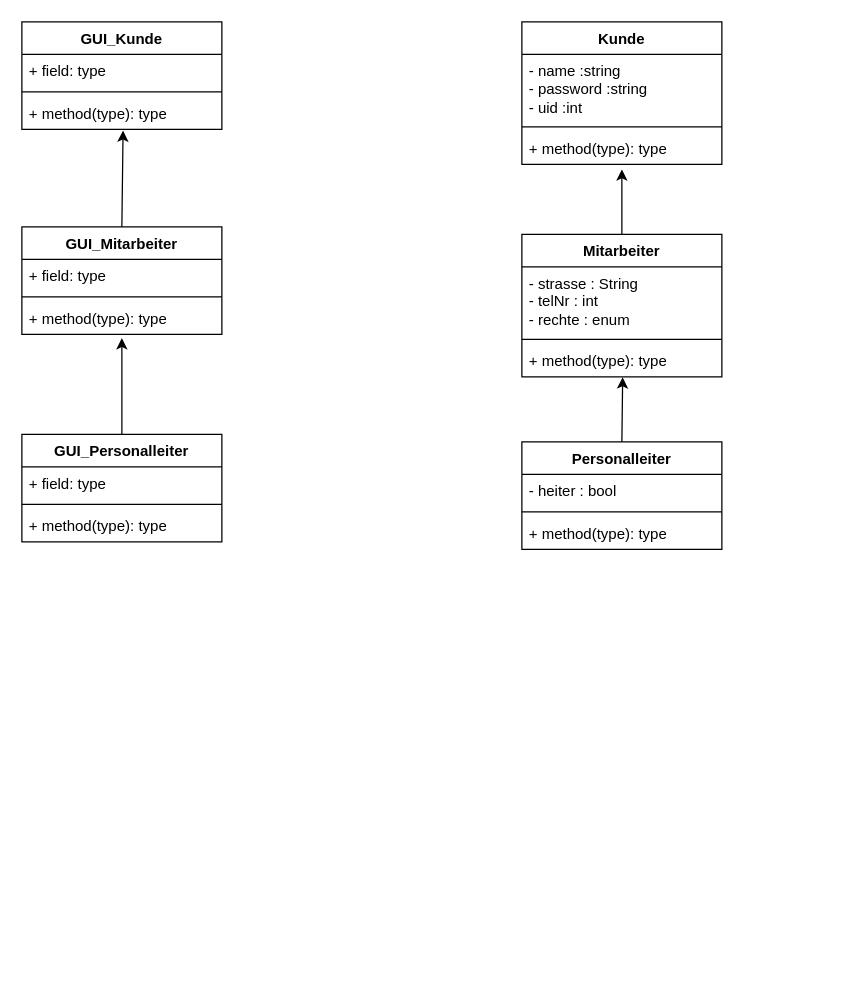
Before: Dokumente/kunde Klassendiagramm.drawio in 53rj/Einzelhandel-Applikation, a draw.io diagram. Source tidied: cells renumbered, new cells numbered last; positions are measured from the earlier drawing's top-left corner, leaving out a move shared by most shapes. Both pictures are drawn from the tidied source at 125%, with x=0, y=0 at pixel (21, 21).
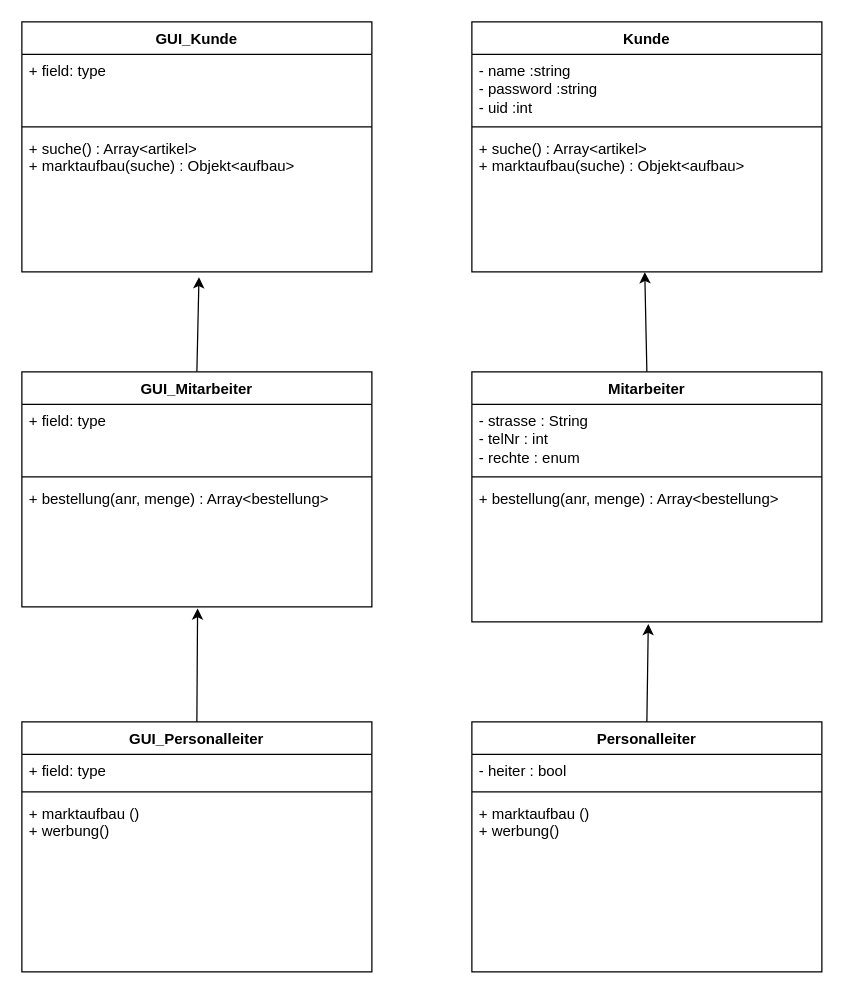
The same diagram, later.

Commit message (it also covers changes not shown here):
cleaner code

Change to the diagram source:
```diff
@@
     <mxCell id="2" value="Kunde" style="swimlane;fontStyle=1;align=center;verticalAlign=top;horizontal=1;startSize=26;whiteSpace=wrap;html=1;" parent="1" vertex="1">
-      <mxGeometry x="400" width="160" height="114" as="geometry" />
+      <mxGeometry x="360" width="280" height="200" as="geometry" />
     </mxCell>
-    <mxCell id="3" value="- name :string&lt;br&gt;- password :string&lt;br&gt;- uid :int" style="text;strokeColor=none;fillColor=none;align=left;verticalAlign=top;spacingLeft=4;spacingRight=4;overflow=hidden;whiteSpace=wrap;html=1;" parent="2" vertex="1">
-      <mxGeometry y="26" width="160" height="54" as="geometry" />
+    <mxCell id="3" value="- name :string&lt;br&gt;- password :string&lt;br&gt;- uid :int&lt;br&gt;" style="text;strokeColor=none;fillColor=none;align=left;verticalAlign=top;spacingLeft=4;spacingRight=4;overflow=hidden;whiteSpace=wrap;html=1;" parent="2" vertex="1">
+      <mxGeometry y="26" width="280" height="54" as="geometry" />
     </mxCell>
     <mxCell id="4" style="line;strokeWidth=1;fillColor=none;align=left;verticalAlign=middle;spacingTop=-1;spacingLeft=3;spacingRight=3;labelPosition=right;strokeColor=inherit;" parent="2" vertex="1">
-      <mxGeometry y="80" width="160" height="8" as="geometry" />
+      <mxGeometry y="80" width="280" height="8" as="geometry" />
     </mxCell>
-    <mxCell id="5" value="+ method(type): type" style="text;strokeColor=none;fillColor=none;align=left;verticalAlign=top;spacingLeft=4;spacingRight=4;overflow=hidden;points=[[0,0.5],[1,0.5]];portConstraint=eastwest;whiteSpace=wrap;html=1;" parent="2" vertex="1">
-      <mxGeometry y="88" width="160" height="26" as="geometry" />
+    <mxCell id="5" value="+ suche() : Array&amp;lt;artikel&amp;gt;&lt;br&gt;+ marktaufbau(suche) : Objekt&amp;lt;aufbau&amp;gt;&amp;nbsp;" style="text;strokeColor=none;fillColor=none;align=left;verticalAlign=top;spacingLeft=4;spacingRight=4;overflow=hidden;points=[[0,0.5],[1,0.5]];portConstraint=eastwest;whiteSpace=wrap;html=1;" parent="2" vertex="1">
+      <mxGeometry y="88" width="280" height="112" as="geometry" />
     </mxCell>
     <mxCell id="6" value="GUI_Kunde" style="swimlane;fontStyle=1;align=center;verticalAlign=top;horizontal=1;startSize=26;whiteSpace=wrap;html=1;" parent="1" vertex="1">
-      <mxGeometry width="160" height="86" as="geometry" />
+      <mxGeometry width="280" height="200" as="geometry" />
     </mxCell>
     <mxCell id="7" value="+ field: type" style="text;strokeColor=none;fillColor=none;align=left;verticalAlign=top;spacingLeft=4;spacingRight=4;overflow=hidden;whiteSpace=wrap;html=1;" parent="6" vertex="1">
-      <mxGeometry y="26" width="160" height="26" as="geometry" />
+      <mxGeometry y="26" width="280" height="54" as="geometry" />
     </mxCell>
     <mxCell id="8" style="line;strokeWidth=1;fillColor=none;align=left;verticalAlign=middle;spacingTop=-1;spacingLeft=3;spacingRight=3;labelPosition=right;strokeColor=inherit;" parent="6" vertex="1">
-      <mxGeometry y="52" width="160" height="8" as="geometry" />
+      <mxGeometry y="80" width="280" height="8" as="geometry" />
     </mxCell>
-    <mxCell id="9" value="+ method(type): type" style="text;strokeColor=none;fillColor=none;align=left;verticalAlign=top;spacingLeft=4;spacingRight=4;overflow=hidden;points=[[0,0.5],[1,0.5]];portConstraint=eastwest;whiteSpace=wrap;html=1;" parent="6" vertex="1">
-      <mxGeometry y="60" width="160" height="26" as="geometry" />
+    <mxCell id="9" value="+ suche() : Array&amp;lt;artikel&amp;gt;&lt;br&gt;+ marktaufbau(suche) : Objekt&amp;lt;aufbau&amp;gt;&amp;nbsp;" style="text;strokeColor=none;fillColor=none;align=left;verticalAlign=top;spacingLeft=4;spacingRight=4;overflow=hidden;points=[[0,0.5],[1,0.5]];portConstraint=eastwest;whiteSpace=wrap;html=1;" parent="6" vertex="1">
+      <mxGeometry y="88" width="280" height="112" as="geometry" />
     </mxCell>
     <mxCell id="10" value="Mitarbeiter" style="swimlane;fontStyle=1;align=center;verticalAlign=top;horizontal=1;startSize=26;whiteSpace=wrap;html=1;" parent="1" vertex="1">
-      <mxGeometry x="400" y="170" width="160" height="114" as="geometry" />
+      <mxGeometry x="360" y="280" width="280" height="200" as="geometry" />
     </mxCell>
     <mxCell id="11" value="- strasse : String&lt;br&gt;- telNr : int&lt;br&gt;- rechte : enum" style="text;strokeColor=none;fillColor=none;align=left;verticalAlign=top;spacingLeft=4;spacingRight=4;overflow=hidden;whiteSpace=wrap;html=1;" parent="10" vertex="1">
-      <mxGeometry y="26" width="160" height="54" as="geometry" />
+      <mxGeometry y="26" width="280" height="54" as="geometry" />
     </mxCell>
     <mxCell id="12" style="line;strokeWidth=1;fillColor=none;align=left;verticalAlign=middle;spacingTop=-1;spacingLeft=3;spacingRight=3;labelPosition=right;strokeColor=inherit;" parent="10" vertex="1">
-      <mxGeometry y="80" width="160" height="8" as="geometry" />
+      <mxGeometry y="80" width="280" height="8" as="geometry" />
     </mxCell>
-    <mxCell id="13" value="+ method(type): type" style="text;strokeColor=none;fillColor=none;align=left;verticalAlign=top;spacingLeft=4;spacingRight=4;overflow=hidden;points=[[0,0.5],[1,0.5]];portConstraint=eastwest;whiteSpace=wrap;html=1;" parent="10" vertex="1">
-      <mxGeometry y="88" width="160" height="26" as="geometry" />
+    <mxCell id="13" value="+ bestellung(anr, menge) : Array&amp;lt;bestellung&amp;gt;" style="text;strokeColor=none;fillColor=none;align=left;verticalAlign=top;spacingLeft=4;spacingRight=4;overflow=hidden;points=[[0,0.5],[1,0.5]];portConstraint=eastwest;whiteSpace=wrap;html=1;" parent="10" vertex="1">
+      <mxGeometry y="88" width="280" height="112" as="geometry" />
     </mxCell>
     <mxCell id="14" value="Personalleiter" style="swimlane;fontStyle=1;align=center;verticalAlign=top;horizontal=1;startSize=26;whiteSpace=wrap;html=1;" parent="1" vertex="1">
-      <mxGeometry x="400" y="336" width="160" height="86" as="geometry" />
+      <mxGeometry x="360" y="560" width="280" height="200" as="geometry" />
     </mxCell>
     <mxCell id="15" value="- heiter : bool" style="text;strokeColor=none;fillColor=none;align=left;verticalAlign=top;spacingLeft=4;spacingRight=4;overflow=hidden;whiteSpace=wrap;html=1;" parent="14" vertex="1">
-      <mxGeometry y="26" width="160" height="26" as="geometry" />
+      <mxGeometry y="26" width="280" height="26" as="geometry" />
     </mxCell>
     <mxCell id="16" style="line;strokeWidth=1;fillColor=none;align=left;verticalAlign=middle;spacingTop=-1;spacingLeft=3;spacingRight=3;labelPosition=right;strokeColor=inherit;" parent="14" vertex="1">
-      <mxGeometry y="52" width="160" height="8" as="geometry" />
+      <mxGeometry y="52" width="280" height="8" as="geometry" />
     </mxCell>
-    <mxCell id="17" value="+ method(type): type" style="text;strokeColor=none;fillColor=none;align=left;verticalAlign=top;spacingLeft=4;spacingRight=4;overflow=hidden;whiteSpace=wrap;html=1;" parent="14" vertex="1">
-      <mxGeometry y="60" width="160" height="26" as="geometry" />
+    <mxCell id="17" value="+ marktaufbau ()&amp;nbsp;&lt;br&gt;+ werbung()" style="text;strokeColor=none;fillColor=none;align=left;verticalAlign=top;spacingLeft=4;spacingRight=4;overflow=hidden;whiteSpace=wrap;html=1;" parent="14" vertex="1">
+      <mxGeometry y="60" width="280" height="140" as="geometry" />
     </mxCell>
     <mxCell id="18" value="GUI_Personalleiter" style="swimlane;fontStyle=1;align=center;verticalAlign=top;horizontal=1;startSize=26;whiteSpace=wrap;html=1;" parent="1" vertex="1">
-      <mxGeometry y="330" width="160" height="86" as="geometry" />
+      <mxGeometry y="560" width="280" height="200" as="geometry" />
     </mxCell>
     <mxCell id="19" value="+ field: type" style="text;strokeColor=none;fillColor=none;align=left;verticalAlign=top;spacingLeft=4;spacingRight=4;overflow=hidden;whiteSpace=wrap;html=1;" parent="18" vertex="1">
-      <mxGeometry y="26" width="160" height="26" as="geometry" />
+      <mxGeometry y="26" width="280" height="26" as="geometry" />
     </mxCell>
     <mxCell id="20" style="line;strokeWidth=1;fillColor=none;align=left;verticalAlign=middle;spacingTop=-1;spacingLeft=3;spacingRight=3;labelPosition=right;strokeColor=inherit;" parent="18" vertex="1">
-      <mxGeometry y="52" width="160" height="8" as="geometry" />
+      <mxGeometry y="52" width="280" height="8" as="geometry" />
     </mxCell>
-    <mxCell id="21" value="+ method(type): type" style="text;strokeColor=none;fillColor=none;align=left;verticalAlign=top;spacingLeft=4;spacingRight=4;overflow=hidden;whiteSpace=wrap;html=1;" parent="18" vertex="1">
-      <mxGeometry y="60" width="160" height="26" as="geometry" />
+    <mxCell id="21" value="+ marktaufbau ()&amp;nbsp;&lt;br&gt;+ werbung()" style="text;strokeColor=none;fillColor=none;align=left;verticalAlign=top;spacingLeft=4;spacingRight=4;overflow=hidden;whiteSpace=wrap;html=1;" parent="18" vertex="1">
+      <mxGeometry y="60" width="280" height="140" as="geometry" />
     </mxCell>
     <mxCell id="22" value="GUI_Mitarbeiter" style="swimlane;fontStyle=1;align=center;verticalAlign=top;horizontal=1;startSize=26;whiteSpace=wrap;html=1;" parent="1" vertex="1">
-      <mxGeometry y="164" width="160" height="86" as="geometry" />
+      <mxGeometry y="280" width="280" height="188" as="geometry" />
     </mxCell>
     <mxCell id="23" value="+ field: type" style="text;strokeColor=none;fillColor=none;align=left;verticalAlign=top;spacingLeft=4;spacingRight=4;overflow=hidden;whiteSpace=wrap;html=1;" parent="22" vertex="1">
-      <mxGeometry y="26" width="160" height="26" as="geometry" />
+      <mxGeometry y="26" width="280" height="54" as="geometry" />
     </mxCell>
     <mxCell id="24" style="line;strokeWidth=1;fillColor=none;align=left;verticalAlign=middle;spacingTop=-1;spacingLeft=3;spacingRight=3;labelPosition=right;strokeColor=inherit;" parent="22" vertex="1">
-      <mxGeometry y="52" width="160" height="8" as="geometry" />
+      <mxGeometry y="80" width="280" height="8" as="geometry" />
     </mxCell>
-    <mxCell id="25" value="+ method(type): type" style="text;strokeColor=none;fillColor=none;align=left;verticalAlign=top;spacingLeft=4;spacingRight=4;overflow=hidden;points=[[0,0.5],[1,0.5]];portConstraint=eastwest;whiteSpace=wrap;html=1;" parent="22" vertex="1">
-      <mxGeometry y="60" width="160" height="26" as="geometry" />
+    <mxCell id="25" value="+ bestellung(anr, menge) : Array&amp;lt;bestellung&amp;gt;" style="text;strokeColor=none;fillColor=none;align=left;verticalAlign=top;spacingLeft=4;spacingRight=4;overflow=hidden;points=[[0,0.5],[1,0.5]];portConstraint=eastwest;whiteSpace=wrap;html=1;" parent="22" vertex="1">
+      <mxGeometry y="88" width="280" height="100" as="geometry" />
     </mxCell>
-    <mxCell id="26" style="endArrow=classic;html=1;exitX=0.5;exitY=0;exitDx=0;exitDy=0;entryX=0.5;entryY=1.154;entryDx=0;entryDy=0;entryPerimeter=0;" parent="1" edge="1" source="10" target="5">
+    <mxCell id="26" style="endArrow=classic;html=1;exitX=0.5;exitY=0;exitDx=0;exitDy=0;entryX=0.494;entryY=1.002;entryDx=0;entryDy=0;entryPerimeter=0;" parent="1" edge="1" source="10" target="5">
       <mxGeometry relative="1" as="geometry" />
     </mxCell>
@@
-    <mxCell id="29" style="endArrow=classic;html=1;exitX=0.5;exitY=0;exitDx=0;exitDy=0;entryX=0.5;entryY=1.115;entryDx=0;entryDy=0;entryPerimeter=0;" parent="1" edge="1" source="18" target="25">
+    <mxCell id="29" style="endArrow=classic;html=1;exitX=0.5;exitY=0;exitDx=0;exitDy=0;entryX=0.502;entryY=1.012;entryDx=0;entryDy=0;entryPerimeter=0;" parent="1" edge="1" source="18" target="25">
       <mxGeometry relative="1" as="geometry" />
     </mxCell>
```
